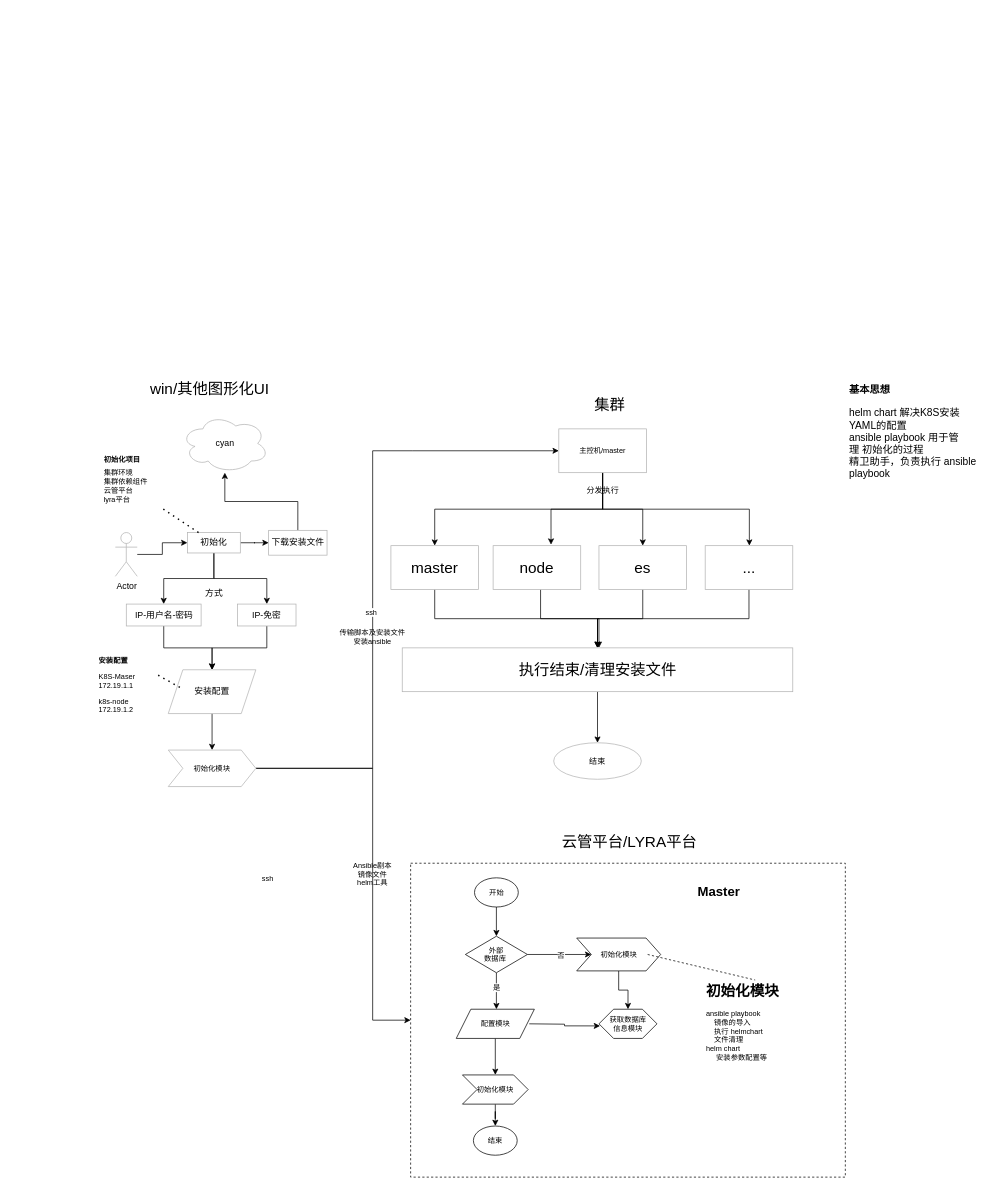
Above: init-flown.drawio in Snuger/draw (draw.io), before the change. Source tidied: cells renumbered, new cells numbered last; positions are measured from the earlier drawing's top-left corner, leaving out a move shared by most shapes. Both pictures are drawn from the tidied source at 73%, with x=0, y=0 at pixel (95, 377).
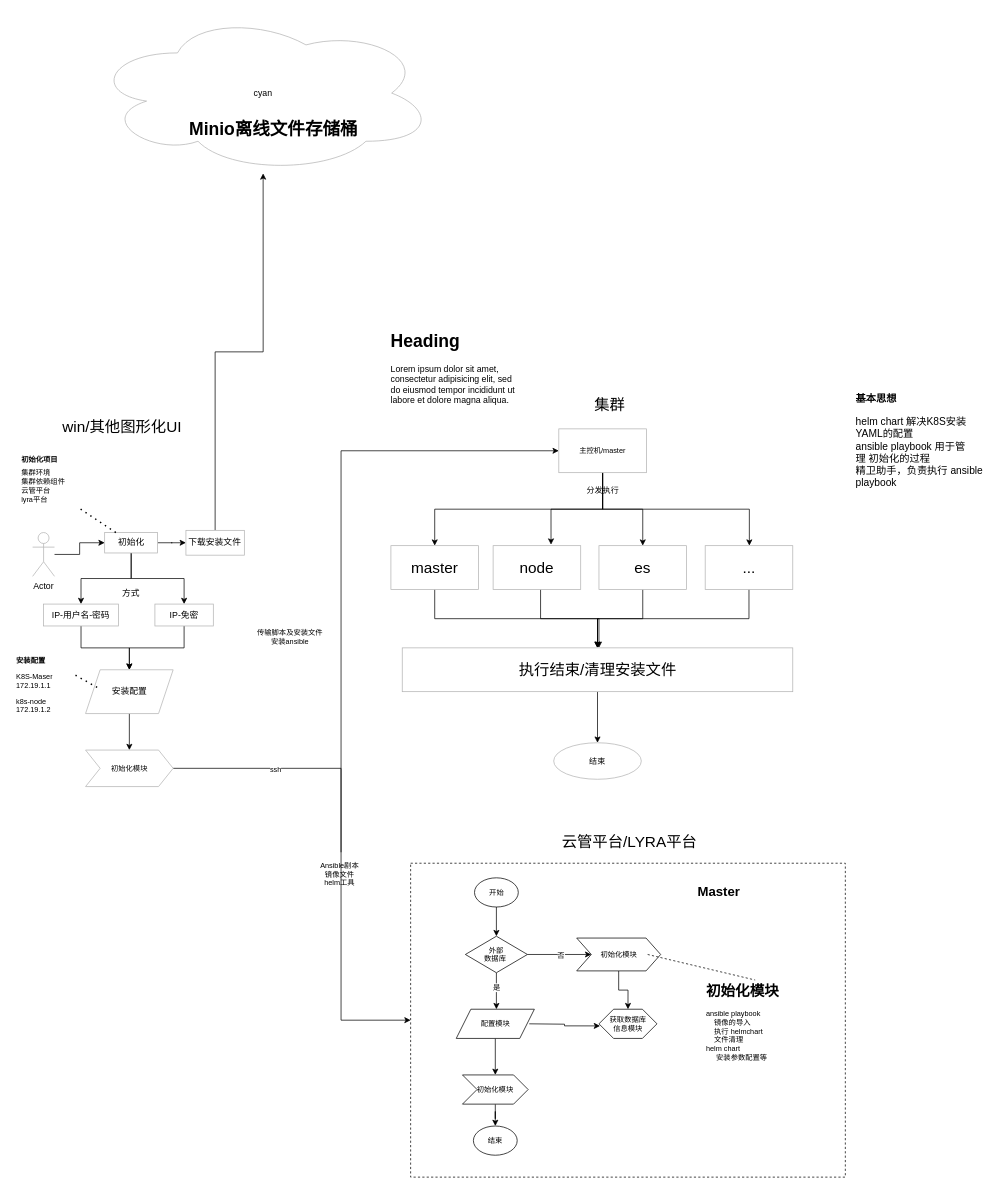
Above is the later version.

The change refers to these unchanged cells:
```xml
<mxCell id="2" style="rounded=0;whiteSpace=wrap;html=1;fontSize=10;dashed=1;" parent="1" vertex="1">
  <mxGeometry x="432" y="665" width="595.5" height="430" as="geometry" />
</mxCell>
<mxCell id="24" value="主控机/master" style="rounded=0;whiteSpace=wrap;html=1;strokeColor=#B3B3B3;fontSize=10;" parent="1" vertex="1">
  <mxGeometry x="635" y="70" width="120" height="60" as="geometry" />
</mxCell>
```

Diff of the diagram source:
```diff
@@
     <mxCell id="3" value="cyan" style="ellipse;shape=cloud;whiteSpace=wrap;html=1;strokeColor=#B3B3B3;" parent="1" vertex="1">
-      <mxGeometry x="117.5" y="50" width="120" height="80" as="geometry" />
+      <mxGeometry x="-4.8" y="-500" width="469.5" height="220" as="geometry" />
     </mxCell>
@@
     <mxCell id="5" value="Actor" style="shape=umlActor;verticalLabelPosition=bottom;verticalAlign=top;html=1;outlineConnect=0;strokeColor=#B3B3B3;" parent="1" vertex="1">
-      <mxGeometry x="27.5" y="212" width="30" height="60" as="geometry" />
+      <mxGeometry x="-85.8" y="212" width="30" height="60" as="geometry" />
     </mxCell>
@@
     <mxCell id="9" value="初始化" style="rounded=0;whiteSpace=wrap;html=1;strokeColor=#B3B3B3;" parent="1" vertex="1">
-      <mxGeometry x="126.2" y="212" width="72.5" height="28" as="geometry" />
+      <mxGeometry x="12.9" y="212" width="72.5" height="28" as="geometry" />
     </mxCell>
@@
     <mxCell id="11" value="IP-用户名-密码" style="rounded=0;whiteSpace=wrap;html=1;strokeColor=#B3B3B3;" parent="1" vertex="1">
-      <mxGeometry x="42.5" y="310" width="102.5" height="30" as="geometry" />
+      <mxGeometry x="-70.8" y="310" width="102.5" height="30" as="geometry" />
     </mxCell>
@@
     <mxCell id="13" value="IP-免密" style="rounded=0;whiteSpace=wrap;html=1;strokeColor=#B3B3B3;" parent="1" vertex="1">
-      <mxGeometry x="195" y="310" width="80" height="30" as="geometry" />
+      <mxGeometry x="81.7" y="310" width="80" height="30" as="geometry" />
     </mxCell>
     <mxCell id="14" value="方式" style="text;html=1;strokeColor=none;fillColor=none;align=center;verticalAlign=middle;whiteSpace=wrap;rounded=0;" parent="1" vertex="1">
-      <mxGeometry x="132.5" y="280" width="60" height="30" as="geometry" />
+      <mxGeometry x="19.2" y="280" width="60" height="30" as="geometry" />
     </mxCell>
@@
     <mxCell id="16" value="下载安装文件" style="whiteSpace=wrap;html=1;strokeColor=#B3B3B3;rounded=0;" parent="1" vertex="1">
-      <mxGeometry x="237.5" y="209" width="80" height="34" as="geometry" />
+      <mxGeometry x="124.2" y="209" width="80" height="34" as="geometry" />
     </mxCell>
@@
     <mxCell id="18" value="安装配置" style="shape=parallelogram;perimeter=parallelogramPerimeter;whiteSpace=wrap;html=1;fixedSize=1;strokeColor=#B3B3B3;" parent="1" vertex="1">
-      <mxGeometry x="100" y="400" width="120" height="60" as="geometry" />
+      <mxGeometry x="-13.3" y="400" width="120" height="60" as="geometry" />
     </mxCell>
     <mxCell id="19" value="&lt;h1 style=&quot;font-size: 10px;&quot;&gt;安装配置&lt;/h1&gt;&lt;p style=&quot;font-size: 10px;&quot;&gt;K8S-Maser&lt;br style=&quot;font-size: 10px;&quot;&gt;172.19.1.1&lt;/p&gt;&lt;p style=&quot;font-size: 10px;&quot;&gt;k8s-node&lt;br style=&quot;font-size: 10px;&quot;&gt;&lt;span style=&quot;background-color: initial; font-size: 10px;&quot;&gt;172.19.1.2&lt;/span&gt;&lt;/p&gt;" style="text;html=1;strokeColor=none;fillColor=none;spacing=5;spacingTop=-20;overflow=hidden;rounded=0;fontSize=10;" parent="1" vertex="1">
-      <mxGeometry y="385" width="86.2" height="90" as="geometry" />
+      <mxGeometry x="-113.3" y="385" width="86.2" height="90" as="geometry" />
     </mxCell>
@@
     <mxCell id="25" style="endArrow=none;dashed=1;html=1;dashPattern=1 3;strokeWidth=2;rounded=0;fontSize=10;exitX=1;exitY=0.25;exitDx=0;exitDy=0;" parent="1" edge="1" source="19">
       <mxGeometry relative="1" as="geometry">
-        <mxPoint x="117.5" y="425" as="targetPoint" />
+        <mxPoint x="4.2" y="425" as="targetPoint" />
       </mxGeometry>
     </mxCell>
     <mxCell id="26" style="edgeStyle=orthogonalEdgeStyle;rounded=0;jettySize=auto;html=1;entryX=0;entryY=0.5;entryDx=0;entryDy=0;fontSize=10;" parent="1" edge="1" source="30" target="24">
       <mxGeometry relative="1" as="geometry">
         <Array as="points">
-          <mxPoint x="380" y="535" />
-          <mxPoint x="380" y="100" />
-          <mxPoint x="435" y="100" />
+          <mxPoint x="336.7" y="535" />
+          <mxPoint x="336.7" y="100" />
         </Array>
       </mxGeometry>
     </mxCell>
-    <mxCell id="27" value="ssh" style="edgeLabel;html=1;align=center;verticalAlign=middle;fontSize=10;" parent="26" vertex="1">
-      <mxGeometry x="0.45" y="1" relative="1" as="geometry">
-        <mxPoint x="-24" y="221" as="offset" />
-      </mxGeometry>
-    </mxCell>
-    <mxCell id="28" style="edgeStyle=orthogonalEdgeStyle;rounded=0;jettySize=auto;html=1;fontSize=10;entryX=0;entryY=0.5;entryDx=0;entryDy=0;" parent="1" edge="1" source="30" target="2">
+    <mxCell id="28" style="edgeStyle=orthogonalEdgeStyle;rounded=0;jettySize=auto;html=1;fontSize=10;entryX=0;entryY=0.5;entryDx=0;entryDy=0;startArrow=none;" parent="1" edge="1" source="48" target="2">
       <mxGeometry relative="1" as="geometry">
         <Array as="points">
-          <mxPoint x="380" y="535" />
-          <mxPoint x="380" y="880" />
+          <mxPoint x="336.7" y="535" />
+          <mxPoint x="336.7" y="880" />
         </Array>
       </mxGeometry>
     </mxCell>
     <mxCell id="29" value="ssh" style="edgeLabel;html=1;align=center;verticalAlign=middle;fontSize=10;" parent="28" vertex="1">
       <mxGeometry x="0.98" relative="1" as="geometry">
-        <mxPoint x="-191" y="-195" as="offset" />
+        <mxPoint x="-180" y="-345" as="offset" />
       </mxGeometry>
     </mxCell>
     <mxCell id="30" value="初始化模块" style="shape=step;perimeter=stepPerimeter;whiteSpace=wrap;html=1;fixedSize=1;strokeColor=#B3B3B3;fontSize=10;" parent="1" vertex="1">
-      <mxGeometry x="100" y="510" width="120" height="50" as="geometry" />
+      <mxGeometry x="-13.3" y="510" width="120" height="50" as="geometry" />
     </mxCell>
     <mxCell id="31" value="传输脚本及安装文件&lt;br&gt;安装ansible" style="text;html=1;strokeColor=none;fillColor=none;align=center;verticalAlign=middle;whiteSpace=wrap;rounded=0;fontSize=10;" parent="1" vertex="1">
-      <mxGeometry x="315" y="340" width="130" height="30" as="geometry" />
+      <mxGeometry x="201.7" y="340" width="130" height="30" as="geometry" />
     </mxCell>
     <mxCell id="32" value="win/其他图形化UI" style="text;html=1;strokeColor=none;fillColor=none;align=center;verticalAlign=middle;whiteSpace=wrap;rounded=0;fontSize=21;" parent="1" vertex="1">
-      <mxGeometry x="64" width="186" height="30" as="geometry" />
+      <mxGeometry x="-55.8" y="52" width="186" height="30" as="geometry" />
     </mxCell>
@@
     <mxCell id="46" value="&lt;h1 style=&quot;font-size: 10px;&quot;&gt;初始化项目&lt;/h1&gt;&lt;div style=&quot;font-size: 10px;&quot;&gt;集群环境&lt;/div&gt;&lt;div style=&quot;font-size: 10px;&quot;&gt;集群依赖组件&lt;/div&gt;&lt;div style=&quot;font-size: 10px;&quot;&gt;云管平台&lt;/div&gt;&lt;div style=&quot;font-size: 10px;&quot;&gt;lyra平台&lt;/div&gt;" style="text;html=1;strokeColor=none;fillColor=none;spacing=5;spacingTop=-20;whiteSpace=wrap;overflow=hidden;rounded=0;fontSize=10;" parent="1" vertex="1">
-      <mxGeometry x="6.9" y="110" width="83.1" height="80" as="geometry" />
+      <mxGeometry x="-106.4" y="110" width="83.1" height="80" as="geometry" />
     </mxCell>
@@
-    <mxCell id="48" value="Ansible剧本&lt;br&gt;镜像文件&lt;br&gt;helm工具" style="text;html=1;strokeColor=none;fillColor=none;align=center;verticalAlign=middle;whiteSpace=wrap;rounded=0;fontSize=10;" parent="1" vertex="1">
-      <mxGeometry x="315" y="650" width="130" height="60" as="geometry" />
-    </mxCell>
@@
     <mxCell id="69" value="&lt;h1 style=&quot;font-size: 14px;&quot;&gt;基本思想&lt;/h1&gt;&lt;p style=&quot;font-size: 14px;&quot;&gt;helm chart&amp;nbsp;解决K8S安装YAML的配置&lt;br style=&quot;font-size: 14px;&quot;&gt;ansible playbook&amp;nbsp;用于管理&amp;nbsp;初始化的过程&amp;nbsp;&lt;br&gt;精卫助手，负责执行 ansible playbook&amp;nbsp;&lt;/p&gt;" style="text;html=1;strokeColor=none;fillColor=none;spacing=5;spacingTop=-20;whiteSpace=wrap;overflow=hidden;rounded=0;fontSize=14;" parent="1" vertex="1">
-      <mxGeometry x="1027.5" y="10" width="190" height="130" as="geometry" />
+      <mxGeometry x="1036.7" y="22" width="190" height="130" as="geometry" />
     </mxCell>
+    <mxCell id="70" value="&lt;h1&gt;Heading&lt;/h1&gt;&lt;p&gt;Lorem ipsum dolor sit amet, consectetur adipisicing elit, sed do eiusmod tempor incididunt ut labore et dolore magna aliqua.&lt;/p&gt;" style="text;html=1;strokeColor=none;fillColor=none;spacing=5;spacingTop=-20;whiteSpace=wrap;overflow=hidden;rounded=0;" parent="1" vertex="1">
+      <mxGeometry x="400" y="-70" width="190" height="120" as="geometry" />
+    </mxCell>
+    <mxCell id="71" value="&lt;h1&gt;Minio离线文件存储桶&lt;/h1&gt;&lt;p&gt;&lt;br&gt;&lt;/p&gt;" style="text;html=1;strokeColor=none;fillColor=none;spacing=5;spacingTop=-20;whiteSpace=wrap;overflow=hidden;rounded=0;" parent="1" vertex="1">
+      <mxGeometry x="124.2" y="-360" width="337.5" height="70" as="geometry" />
+    </mxCell>
+    <mxCell id="48" value="Ansible剧本&lt;br&gt;镜像文件&lt;br&gt;helm工具" style="text;html=1;strokeColor=none;fillColor=none;align=center;verticalAlign=middle;whiteSpace=wrap;rounded=0;fontSize=10;" parent="1" vertex="1">
+      <mxGeometry x="270" y="650" width="130" height="60" as="geometry" />
+    </mxCell>
```
